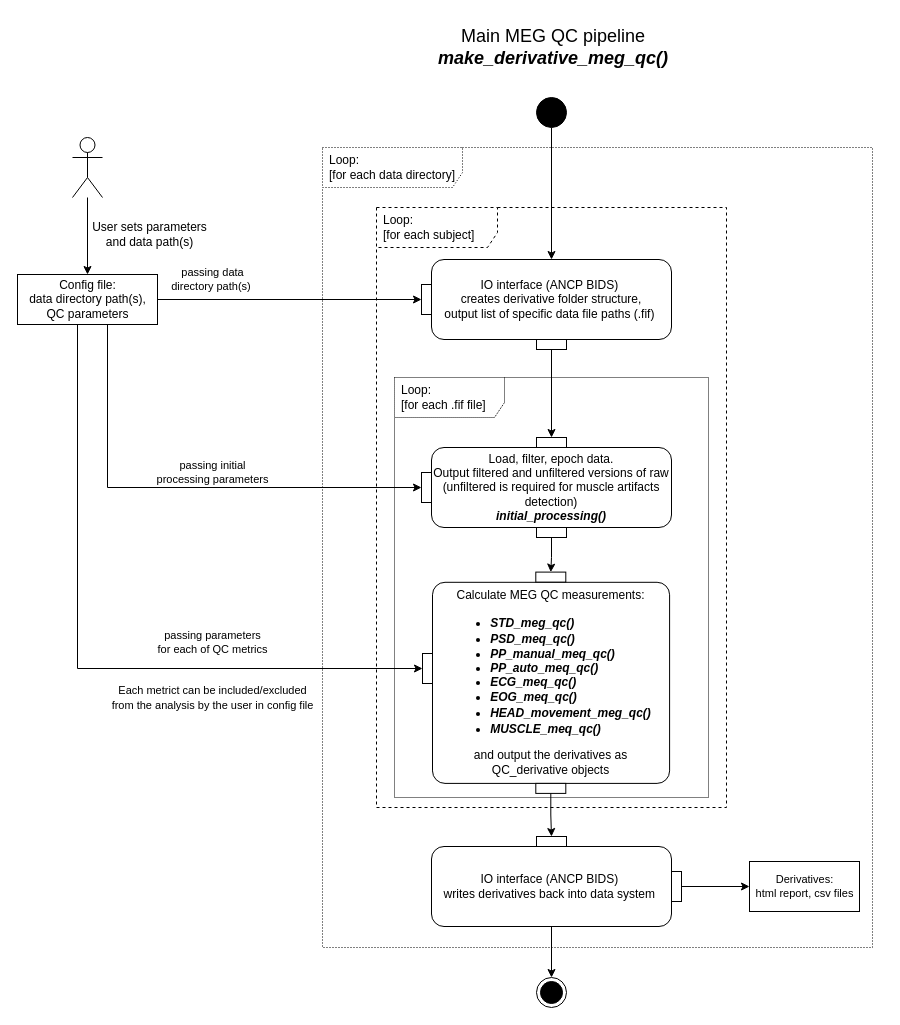
Before: diagrams/_main_UML2.5.drawio in oldgandalf/MEGqcJorge, a draw.io diagram. Source tidied: cells renumbered, new cells numbered last; positions are measured from the earlier drawing's top-left corner, leaving out a move shared by most shapes. Both pictures are drawn from the tidied source at 100%, with x=0, y=0 at pixel (17, 17).
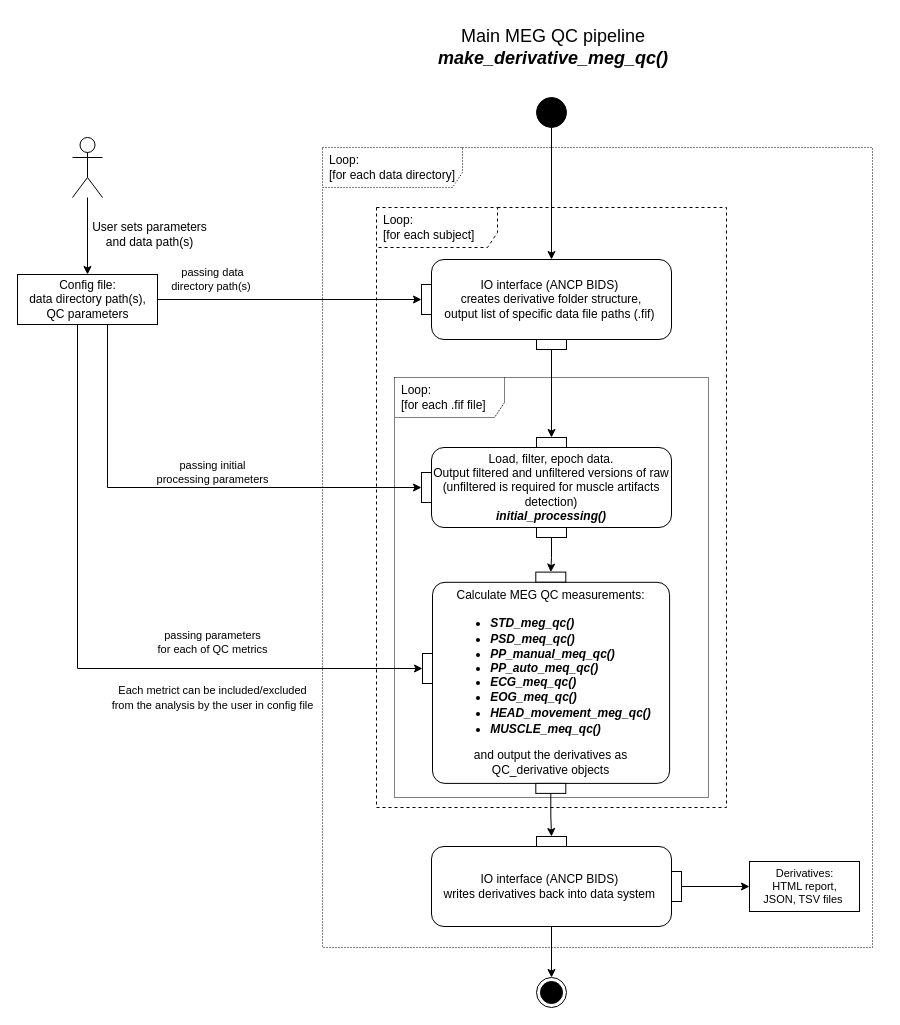
The same page after the edit.

What changed in the source:
```diff
@@
-    <mxCell id="39" value="Derivatives: &lt;br&gt;html report, csv files" style="html=1;fontSize=11;" parent="1" vertex="1">
+    <mxCell id="39" value="Derivatives: &lt;br&gt;HTML report, &lt;br&gt;JSON, TSV files&amp;nbsp;" style="html=1;fontSize=11;" parent="1" vertex="1">
       <mxGeometry x="732" y="844" width="110" height="50" as="geometry" />
     </mxCell>
```
